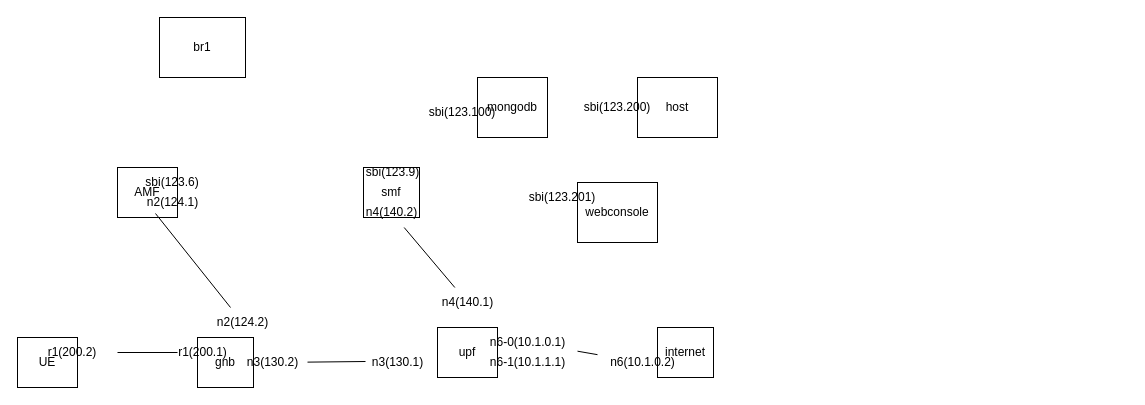
This is 未命名绘图.drawio from wyq007-wyx/test2, a draw.io file, before an edit. Source tidied: cells renumbered, new cells numbered last; positions are measured from the earlier drawing's top-left corner, leaving out a move shared by most shapes. Both pictures are drawn from the tidied source at 100%, with x=0, y=0 at pixel (17, 17).
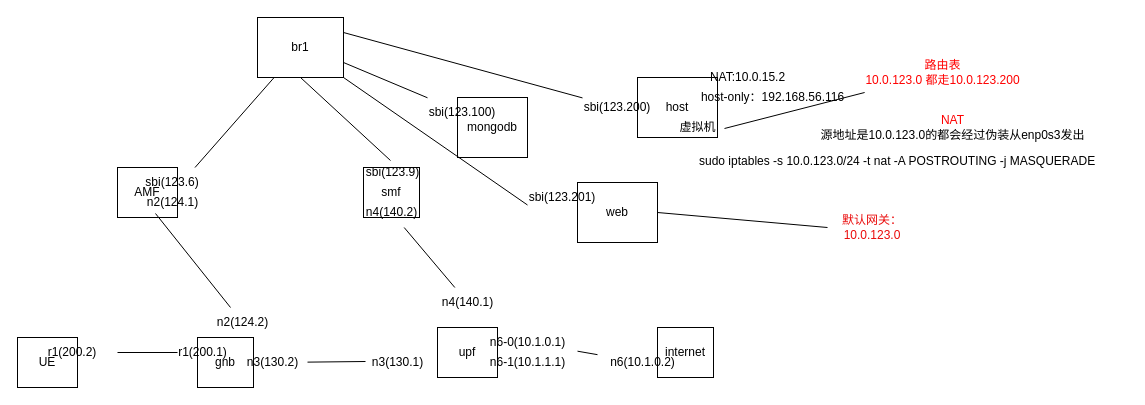
After the change.

Commit message:
更新未命名绘图.drawio

Unchanged cells that the change refers to:
```xml
<mxCell id="4" value="sbi(123.100)" style="text;html=1;align=center;verticalAlign=middle;whiteSpace=wrap;rounded=0;" parent="1" vertex="1">
  <mxGeometry x="410" y="80" width="70" height="30" as="geometry" />
</mxCell>
<mxCell id="12" value="sbi(123.6)" style="text;html=1;align=center;verticalAlign=middle;whiteSpace=wrap;rounded=0;" parent="10" vertex="1">
  <mxGeometry x="10" width="90" height="30" as="geometry" />
</mxCell>
<mxCell id="22" value="sbi(123.9)" style="text;html=1;align=center;verticalAlign=middle;points=[];strokeColor=none;fillColor=none;" parent="1" vertex="1">
  <mxGeometry x="335" y="140" width="80" height="30" as="geometry" />
</mxCell>
<mxCell id="33" value="sbi(123.200)" style="text;html=1;align=center;verticalAlign=middle;whiteSpace=wrap;rounded=0;" parent="1" vertex="1">
  <mxGeometry x="565" y="75" width="70" height="30" as="geometry" />
</mxCell>
<mxCell id="34" value="sbi(123.201)" style="text;html=1;align=center;verticalAlign=middle;whiteSpace=wrap;rounded=0;" parent="1" vertex="1">
  <mxGeometry x="510" y="165" width="70" height="30" as="geometry" />
</mxCell>
```

The edit, as a diff of the source:
```diff
@@
     <mxCell id="2" value="br1" style="rounded=0;whiteSpace=wrap;html=1;" parent="1" vertex="1">
-      <mxGeometry x="142" width="86" height="60" as="geometry" />
+      <mxGeometry x="240" width="86" height="60" as="geometry" />
     </mxCell>
     <mxCell id="3" value="mongodb" style="rounded=0;whiteSpace=wrap;html=1;" parent="1" vertex="1">
-      <mxGeometry x="460" y="60" width="70" height="60" as="geometry" />
+      <mxGeometry x="440" y="80" width="70" height="60" as="geometry" />
     </mxCell>
@@
-    <mxCell id="32" value="webconsole" style="rounded=0;whiteSpace=wrap;html=1;" parent="1" vertex="1">
+    <mxCell id="32" value="web" style="rounded=0;whiteSpace=wrap;html=1;" parent="1" vertex="1">
       <mxGeometry x="560" y="165" width="80" height="60" as="geometry" />
     </mxCell>
@@
+    <mxCell id="35" style="endArrow=none;html=1;rounded=0;exitX=0.75;exitY=0;exitDx=0;exitDy=0;" parent="1" edge="1" source="12" target="2">
+      <mxGeometry relative="1" as="geometry" />
+    </mxCell>
+    <mxCell id="36" style="endArrow=none;html=1;rounded=0;entryX=0.5;entryY=1;entryDx=0;entryDy=0;exitX=0.475;exitY=0.1;exitDx=0;exitDy=0;exitPerimeter=0;" parent="1" edge="1" source="22" target="2">
+      <mxGeometry relative="1" as="geometry" />
+    </mxCell>
+    <mxCell id="37" style="endArrow=none;html=1;rounded=0;entryX=1;entryY=0.75;entryDx=0;entryDy=0;" parent="1" edge="1" source="4" target="2">
+      <mxGeometry relative="1" as="geometry" />
+    </mxCell>
+    <mxCell id="38" style="endArrow=none;html=1;rounded=0;entryX=1;entryY=0.25;entryDx=0;entryDy=0;" parent="1" edge="1" source="33" target="2">
+      <mxGeometry relative="1" as="geometry" />
+    </mxCell>
+    <mxCell id="39" style="endArrow=none;html=1;rounded=0;entryX=1;entryY=1;entryDx=0;entryDy=0;exitX=0;exitY=0.75;exitDx=0;exitDy=0;" parent="1" edge="1" source="34" target="2">
+      <mxGeometry relative="1" as="geometry" />
+    </mxCell>
+    <mxCell id="40" value="虚拟机" style="text;html=1;align=center;verticalAlign=middle;points=[];strokeColor=none;fillColor=none;" parent="1" vertex="1">
+      <mxGeometry x="650" y="95" width="60" height="30" as="geometry" />
+    </mxCell>
+    <mxCell id="41" value="NAT:10.0.15.2" style="text;html=1;align=center;verticalAlign=middle;strokeColor=none;fillColor=none;" parent="1" vertex="1">
+      <mxGeometry x="680" y="45" width="100" height="30" as="geometry" />
+    </mxCell>
+    <mxCell id="42" value="host-only：192.168.56.116" style="text;html=1;align=center;verticalAlign=middle;strokeColor=none;fillColor=none;" parent="1" vertex="1">
+      <mxGeometry x="670" y="65" width="170" height="30" as="geometry" />
+    </mxCell>
+    <mxCell id="43" value="默认网关：10.0.123.0" style="text;html=1;align=center;verticalAlign=middle;whiteSpace=wrap;rounded=0;fontColor=#ea0b0b;" parent="1" vertex="1">
+      <mxGeometry x="810" y="195" width="90" height="30" as="geometry" />
+    </mxCell>
+    <mxCell id="44" value="&lt;font color=&quot;#ff0000&quot;&gt;路由表&lt;/font&gt;&lt;br&gt;&lt;div&gt;&lt;font color=&quot;#ff0000&quot;&gt;10.0.123.0 都走10.0.123.200&lt;/font&gt;&lt;/div&gt;" style="text;html=1;align=center;verticalAlign=middle;points=[];strokeColor=none;fillColor=none;" parent="1" vertex="1">
+      <mxGeometry x="835" y="35" width="180" height="40" as="geometry" />
+    </mxCell>
+    <mxCell id="45" style="endArrow=none;html=1;rounded=0;exitX=0.95;exitY=0.533;exitDx=0;exitDy=0;exitPerimeter=0;" parent="1" edge="1" source="40" target="44">
+      <mxGeometry relative="1" as="geometry" />
+    </mxCell>
+    <mxCell id="46" style="endArrow=none;html=1;rounded=0;entryX=0;entryY=0.5;entryDx=0;entryDy=0;exitX=1;exitY=0.5;exitDx=0;exitDy=0;" parent="1" edge="1" source="32" target="43">
+      <mxGeometry relative="1" as="geometry" />
+    </mxCell>
+    <mxCell id="47" value="&lt;font color=&quot;#ff0000&quot;&gt;NAT&lt;/font&gt;&lt;br&gt;&lt;div&gt;源地址是10.0.123.0的都会经过伪装从enp0s3发出&lt;/div&gt;" style="text;html=1;align=center;verticalAlign=middle;strokeColor=none;fillColor=none;" parent="1" vertex="1">
+      <mxGeometry x="790" y="90" width="290" height="40" as="geometry" />
+    </mxCell>
+    <mxCell id="48" value="sudo iptables -s 10.0.123.0/24 -t nat -A POSTROUTING -j MASQUERADE" style="text;whiteSpace=wrap;html=1;" parent="1" vertex="1">
+      <mxGeometry x="680" y="130" width="430" height="40" as="geometry" />
+    </mxCell>
```
